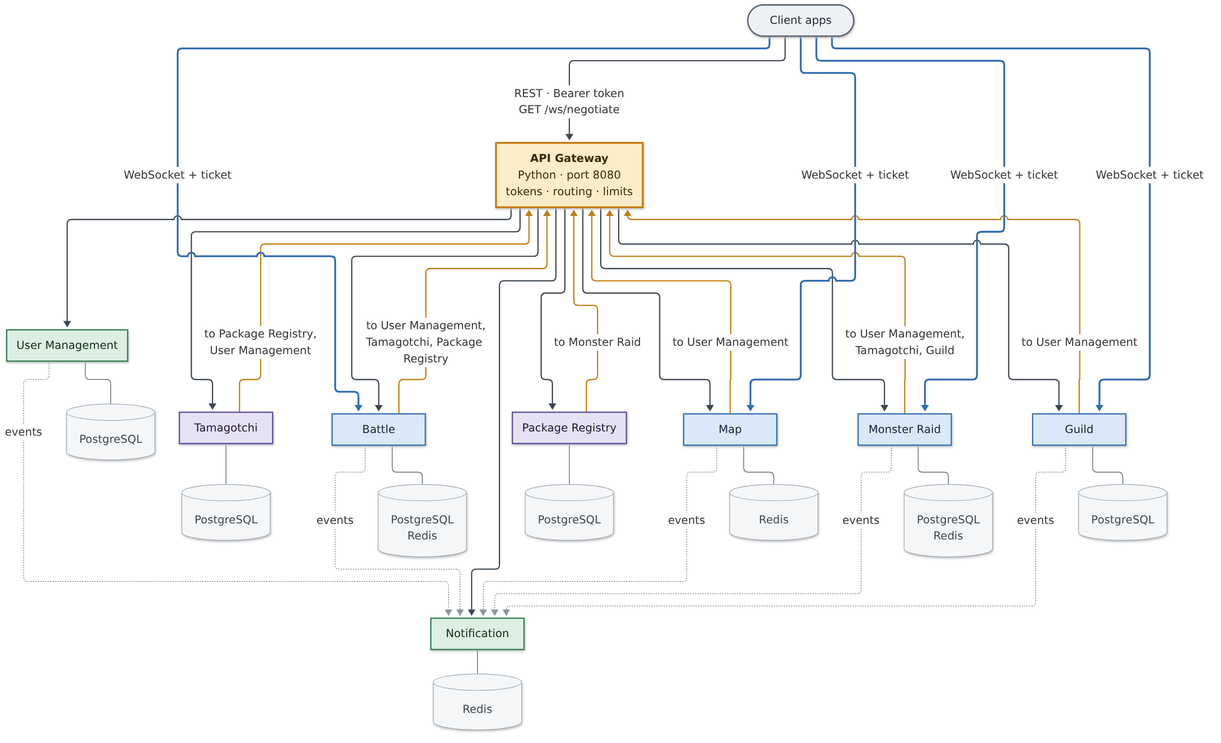
IsStephy/pad-team-14-tamagotchi-go keeps this Mermaid diagram as docs/images/architecture.png. Above is the earlier version. Its source is kept beside it as docs/images/architecture.mmd.
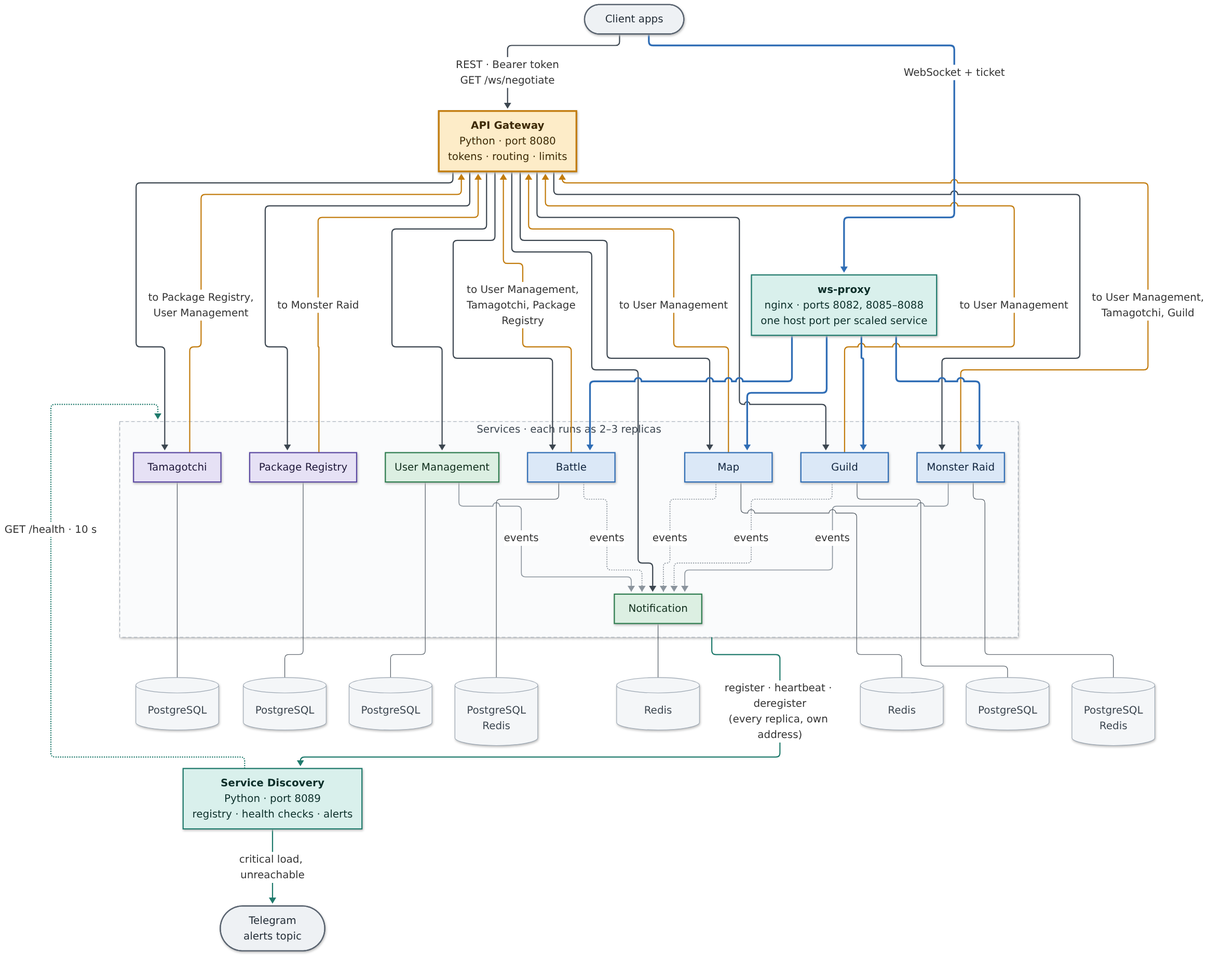
After the commit.

Commit message:
docs(architecture): add Service Discovery, the replicas and ws-proxy

Refs #105

Change to the diagram source:
```diff
@@ -2,15 +2,20 @@
 
     Client(["Client apps"])
     GW["<b>API Gateway</b><br/>Python · port 8080<br/>tokens · routing · limits"]
+    WP["<b>ws-proxy</b><br/>nginx · ports 8082, 8085–8088<br/>one host port per scaled service"]
+    SD["<b>Service Discovery</b><br/>Python · port 8089<br/>registry · health checks · alerts"]
+    TGM(["Telegram<br/>alerts topic"])
 
-    UM["User Management"]
-    BT["Battle"]
-    TG["Tamagotchi"]
-    NT["Notification"]
-    MP["Map"]
-    MR["Monster Raid"]
-    GD["Guild"]
-    PR["Package Registry"]
+    subgraph Services["Services · each runs as 2–3 replicas"]
+        UM["User Management"]
+        BT["Battle"]
+        TG["Tamagotchi"]
+        NT["Notification"]
+        MP["Map"]
+        MR["Monster Raid"]
+        GD["Guild"]
+        PR["Package Registry"]
+    end
 
     UMdb[("PostgreSQL")]
     BTdb[("PostgreSQL<br/>Redis")]
@@ -39,10 +44,11 @@
     TG -->|"to Package Registry,<br/>User Management"| GW
     GD -->|"to User Management"| GW
 
-    Client ==>|"WebSocket + ticket"| BT
-    Client ==>|"WebSocket + ticket"| MP
-    Client ==>|"WebSocket + ticket"| MR
-    Client ==>|"WebSocket + ticket"| GD
+    Client ==>|"WebSocket + ticket"| WP
+    WP ==> BT
+    WP ==> MP
+    WP ==> MR
+    WP ==> GD
 
     UM -.->|events| NT
     BT -.->|events| NT
@@ -59,21 +65,29 @@
     GD --- GDdb
     PR --- PRdb
 
+    Services -->|"register · heartbeat · deregister<br/>(every replica, own address)"| SD
+    SD -.->|"GET /health · 10 s"| Services
+    SD -->|"critical load, unreachable"| TGM
+
     classDef client fill:#eef1f4,stroke:#5a6470,stroke-width:2px,color:#1f2933
     classDef gateway fill:#fdecc8,stroke:#c27c0e,stroke-width:3px,color:#3d2a05
     classDef blue fill:#dbe8f7,stroke:#2f6db5,stroke-width:2px,color:#10243e
     classDef purple fill:#e6e1f5,stroke:#5b48a2,stroke-width:2px,color:#1d1638
     classDef green fill:#dcefe2,stroke:#2e7d4f,stroke-width:2px,color:#0f2d1b
+    classDef infra fill:#d9f0ec,stroke:#1f7a6c,stroke-width:2px,color:#0b2e29
     classDef db fill:#f4f6f8,stroke:#9aa5b1,color:#3c4650
 
-    class Client client
+    class Client,TGM client
     class GW gateway
     class MR,BT,GD,MP blue
     class TG,PR purple
     class UM,NT green
+    class SD,WP infra
     class UMdb,BTdb,TGdb,NTdb,MPdb,MRdb,GDdb,PRdb db
+    style Services fill:#fafbfc,stroke:#9aa5b1,stroke-dasharray:6 4,color:#3c4650
 
     linkStyle 0,1,2,3,4,5,6,7,8 stroke:#3c4650,stroke-width:2px
     linkStyle 9,10,11,12,13,14 stroke:#c27c0e,stroke-width:2px
-    linkStyle 15,16,17,18 stroke:#2f6db5,stroke-width:3px
-    linkStyle 19,20,21,22,23 stroke:#8a939c,stroke-width:1.5px
+    linkStyle 15,16,17,18,19 stroke:#2f6db5,stroke-width:3px
+    linkStyle 20,21,22,23,24 stroke:#8a939c,stroke-width:1.5px
+    linkStyle 33,34,35 stroke:#1f7a6c,stroke-width:2px
```
